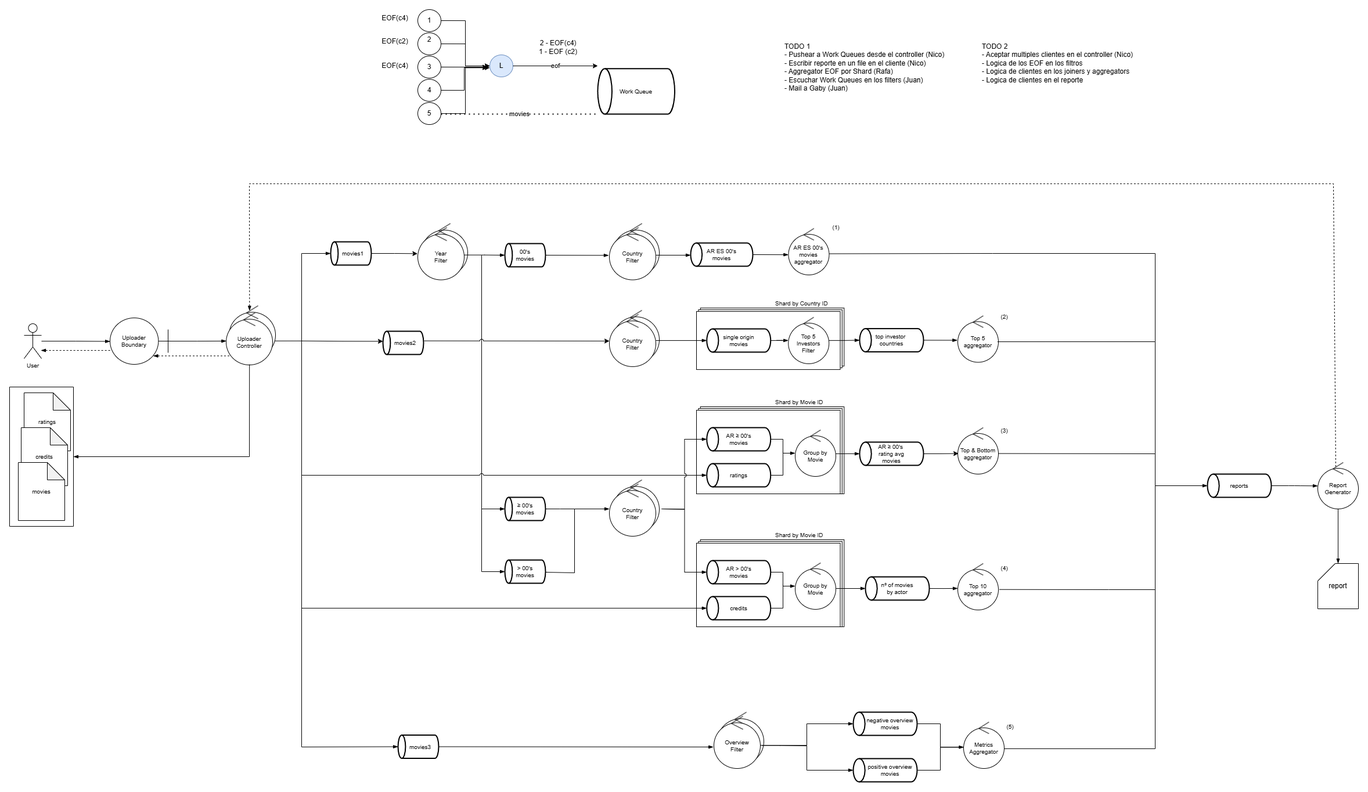
Earlier version of the draw.io export documents/imgs/diagrama-robustez.drawio.png (rafaelputaro/tp1-7574). Source tidied: cells renumbered, new cells last; positions are measured from the earlier drawing's top-left corner, leaving out a move shared by most shapes.
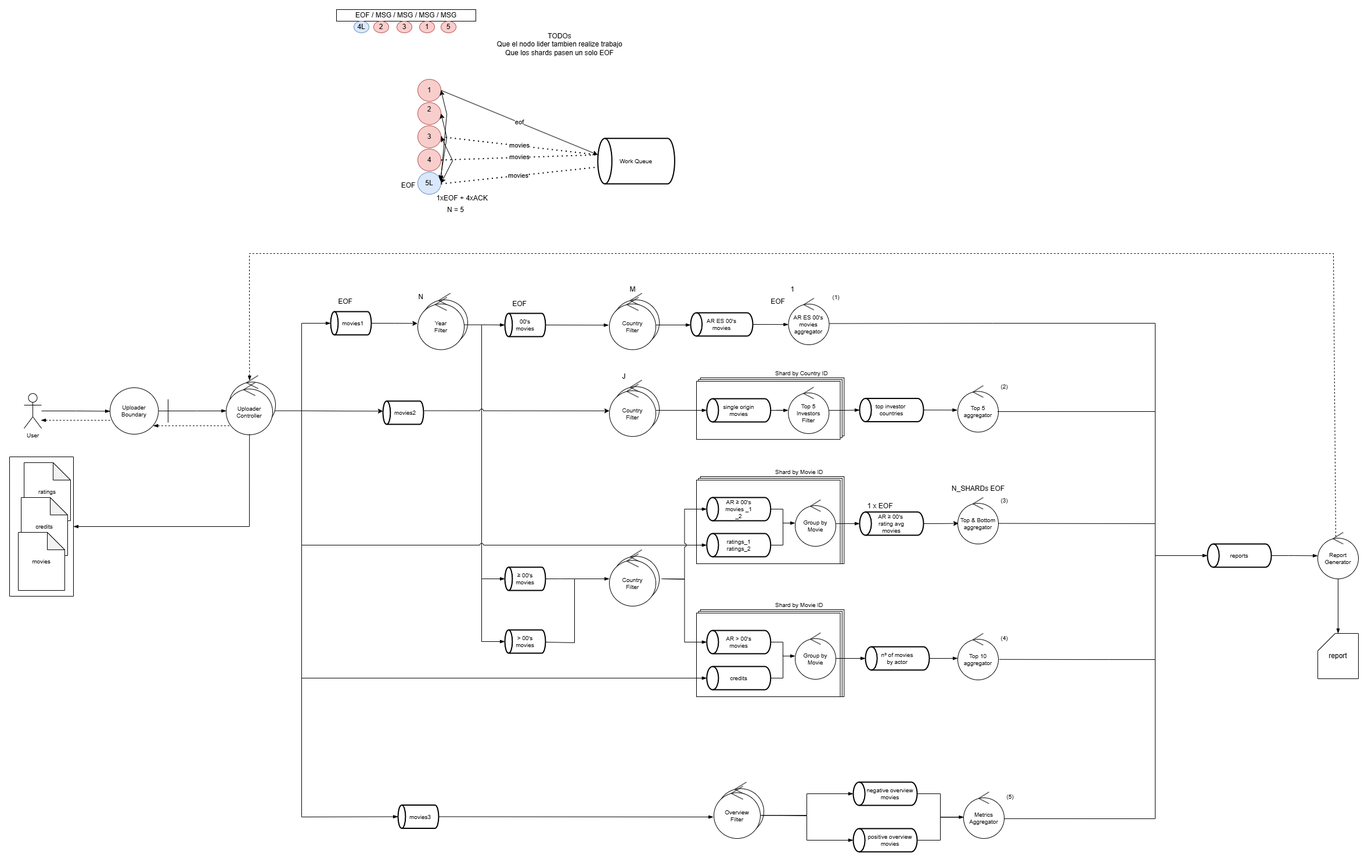
After the commit.

Change to the diagram source:
```diff
@@ -97,6 +97,9 @@
     <mxCell id="31" value="Year&lt;div&gt;Filter&lt;/div&gt;" style="ellipse;shape=umlControl;whiteSpace=wrap;html=1;shadow=0;fontSize=10;rounded=0;" parent="29" vertex="1">
       <mxGeometry y="7" width="80" height="90" as="geometry" />
     </mxCell>
+    <mxCell id="156" value="N" style="text;html=1;align=center;verticalAlign=middle;strokeColor=none;fillColor=none;" parent="29" vertex="1">
+      <mxGeometry x="-10" y="-8.5" width="30" height="30" as="geometry" />
+    </mxCell>
     <mxCell id="32" style="group;fontSize=10;rounded=0;" parent="1" vertex="1">
       <mxGeometry x="1033" y="368.5" width="85" height="97" as="geometry" />
     </mxCell>
@@ -177,7 +180,7 @@
       </mxGeometry>
     </mxCell>
     <mxCell id="55" style="group;fontSize=10;rounded=0;" parent="1" vertex="1">
-      <mxGeometry x="1183" y="661.1" width="270" height="172.9" as="geometry" />
+      <mxGeometry x="1183" y="661.1" width="280" height="172.9" as="geometry" />
     </mxCell>
     <mxCell id="56" style="group;fontSize=10;rounded=0;" parent="55" vertex="1">
       <mxGeometry y="22.9" width="254.2" height="150" as="geometry" />
@@ -191,7 +194,7 @@
     <mxCell id="59" style="rounded=0;whiteSpace=wrap;html=1;fontSize=10;" parent="56" vertex="1">
       <mxGeometry y="6" width="247.5" height="144" as="geometry" />
     </mxCell>
-    <mxCell id="60" value="&lt;div&gt;AR ≥ 00's&lt;/div&gt;&lt;div&gt;movies&lt;/div&gt;" style="strokeWidth=2;html=1;shape=mxgraph.flowchart.direct_data;whiteSpace=wrap;rotation=0;align=center;direction=west;textShadow=0;shadow=0;fontSize=10;rounded=0;" parent="56" vertex="1">
+    <mxCell id="60" value="&lt;div&gt;AR ≥ 00's&lt;/div&gt;&lt;div&gt;movies _1&lt;/div&gt;&lt;div&gt;_2&lt;/div&gt;" style="strokeWidth=2;html=1;shape=mxgraph.flowchart.direct_data;whiteSpace=wrap;rotation=0;align=center;direction=west;textShadow=0;shadow=0;fontSize=10;rounded=0;" parent="56" vertex="1">
       <mxGeometry x="17.8" y="36" width="110" height="40" as="geometry" />
     </mxCell>
     <mxCell id="61" value="Group by Movie" style="ellipse;shape=umlControl;whiteSpace=wrap;html=1;fontSize=10;rounded=0;" parent="56" vertex="1">
@@ -208,7 +211,7 @@
         </Array>
       </mxGeometry>
     </mxCell>
-    <mxCell id="64" value="&lt;div&gt;ratings&lt;/div&gt;" style="strokeWidth=2;html=1;shape=mxgraph.flowchart.direct_data;whiteSpace=wrap;rotation=0;align=center;direction=west;textShadow=0;shadow=0;fontSize=10;rounded=0;" parent="56" vertex="1">
+    <mxCell id="64" value="&lt;div&gt;ratings_1&lt;/div&gt;&lt;div&gt;ratings_2&lt;/div&gt;" style="strokeWidth=2;html=1;shape=mxgraph.flowchart.direct_data;whiteSpace=wrap;rotation=0;align=center;direction=west;textShadow=0;shadow=0;fontSize=10;rounded=0;" parent="56" vertex="1">
       <mxGeometry x="17.8" y="98" width="110" height="40" as="geometry" />
     </mxCell>
     <mxCell id="65" value="Shard by Movie ID" style="text;strokeColor=none;fillColor=none;align=left;verticalAlign=middle;spacingLeft=4;spacingRight=4;overflow=hidden;whiteSpace=wrap;html=1;fontSize=10;rounded=0;" parent="55" vertex="1">
@@ -486,65 +489,30 @@
         <mxPoint x="1033" y="570.9" as="targetPoint" />
       </mxGeometry>
     </mxCell>
-    <mxCell id="128" style="edgeStyle=orthogonalEdgeStyle;rounded=0;jettySize=auto;html=1;exitX=1;exitY=0.5;exitDx=0;exitDy=0;" parent="1" edge="1" source="129">
-      <mxGeometry relative="1" as="geometry">
-        <mxPoint x="823" y="99" as="targetPoint" />
-      </mxGeometry>
-    </mxCell>
-    <mxCell id="129" value="3" style="ellipse;whiteSpace=wrap;html=1;" parent="1" vertex="1">
+    <mxCell id="129" value="3" style="ellipse;whiteSpace=wrap;html=1;fillColor=#f8cecc;strokeColor=#b85450;" parent="1" vertex="1">
       <mxGeometry x="703" y="80" width="40" height="38" as="geometry" />
     </mxCell>
-    <mxCell id="130" style="edgeStyle=orthogonalEdgeStyle;rounded=0;jettySize=auto;html=1;exitX=1;exitY=0.5;exitDx=0;exitDy=0;" parent="1" edge="1" source="131">
-      <mxGeometry relative="1" as="geometry">
-        <mxPoint x="823" y="100" as="targetPoint" />
-        <Array as="points">
-          <mxPoint x="783" y="139" />
-          <mxPoint x="783" y="100" />
-        </Array>
-      </mxGeometry>
-    </mxCell>
-    <mxCell id="131" value="4" style="ellipse;whiteSpace=wrap;html=1;" parent="1" vertex="1">
+    <mxCell id="131" value="4" style="ellipse;whiteSpace=wrap;html=1;fillColor=#f8cecc;strokeColor=#b85450;" parent="1" vertex="1">
       <mxGeometry x="703" y="120" width="40" height="38" as="geometry" />
     </mxCell>
-    <mxCell id="132" value="5" style="ellipse;whiteSpace=wrap;html=1;" parent="1" vertex="1">
+    <mxCell id="132" value="5L" style="ellipse;whiteSpace=wrap;html=1;fillColor=#dae8fc;strokeColor=#6c8ebf;" parent="1" vertex="1">
       <mxGeometry x="703" y="160" width="40" height="38" as="geometry" />
     </mxCell>
-    <mxCell id="133" style="edgeStyle=orthogonalEdgeStyle;rounded=0;jettySize=auto;html=1;exitX=1;exitY=0.5;exitDx=0;exitDy=0;entryX=0;entryY=0.5;entryDx=0;entryDy=0;" parent="1" edge="1" source="134" target="137">
-      <mxGeometry relative="1" as="geometry" />
-    </mxCell>
-    <mxCell id="134" value="2&lt;div&gt;&lt;br/&gt;&lt;/div&gt;" style="ellipse;whiteSpace=wrap;html=1;" parent="1" vertex="1">
+    <mxCell id="134" value="2&lt;div&gt;&lt;br/&gt;&lt;/div&gt;" style="ellipse;whiteSpace=wrap;html=1;fillColor=#f8cecc;strokeColor=#b85450;" parent="1" vertex="1">
       <mxGeometry x="703" y="40" width="40" height="38" as="geometry" />
     </mxCell>
-    <mxCell id="135" style="edgeStyle=orthogonalEdgeStyle;rounded=0;jettySize=auto;html=1;exitX=1;exitY=0.5;exitDx=0;exitDy=0;entryX=0;entryY=0.5;entryDx=0;entryDy=0;" parent="1" edge="1" source="136" target="137">
-      <mxGeometry relative="1" as="geometry" />
-    </mxCell>
-    <mxCell id="136" value="1" style="ellipse;whiteSpace=wrap;html=1;" parent="1" vertex="1">
+    <mxCell id="136" value="1" style="ellipse;whiteSpace=wrap;html=1;fillColor=#f8cecc;strokeColor=#b85450;" parent="1" vertex="1">
       <mxGeometry x="703" width="40" height="38" as="geometry" />
     </mxCell>
-    <mxCell id="137" value="L" style="ellipse;whiteSpace=wrap;html=1;fillColor=#dae8fc;strokeColor=#6c8ebf;" parent="1" vertex="1">
-      <mxGeometry x="827" y="78" width="40" height="38" as="geometry" />
-    </mxCell>
-    <mxCell id="138" style="edgeStyle=orthogonalEdgeStyle;rounded=0;jettySize=auto;html=1;entryX=0;entryY=0.584;entryDx=0;entryDy=0;entryPerimeter=0;" parent="1" edge="1" source="132" target="137">
-      <mxGeometry relative="1" as="geometry" />
-    </mxCell>
-    <mxCell id="139" value="EOF(c4)" style="text;html=1;align=center;verticalAlign=middle;whiteSpace=wrap;rounded=0;" parent="1" vertex="1">
-      <mxGeometry x="634" width="60" height="30" as="geometry" />
+    <mxCell id="139" value="1xEOF + 4xACK" style="text;html=1;align=center;verticalAlign=middle;whiteSpace=wrap;rounded=0;" parent="1" vertex="1">
+      <mxGeometry x="732" y="190" width="95" height="30" as="geometry" />
     </mxCell>
-    <mxCell id="140" value="2 - EOF(c4)&lt;div&gt;1 - EOF (c2)&lt;/div&gt;" style="text;html=1;align=center;verticalAlign=middle;whiteSpace=wrap;rounded=0;" parent="1" vertex="1">
-      <mxGeometry x="867" y="50" width="156" height="30" as="geometry" />
-    </mxCell>
-    <mxCell id="141" value="EOF(c2)" style="text;html=1;align=center;verticalAlign=middle;whiteSpace=wrap;rounded=0;" parent="1" vertex="1">
-      <mxGeometry x="634" y="40" width="60" height="30" as="geometry" />
-    </mxCell>
-    <mxCell id="142" value="eof" style="endArrow=classic;html=1;rounded=0;exitX=1;exitY=0.5;exitDx=0;exitDy=0;" parent="1" edge="1" source="137">
-      <mxGeometry relative="1" as="geometry">
-        <mxPoint x="1013" y="97" as="targetPoint" />
-      </mxGeometry>
+    <mxCell id="142" value="eof" style="endArrow=classic;html=1;rounded=0;entryX=1;entryY=0.639;entryDx=0;entryDy=0;entryPerimeter=0;exitX=1;exitY=0.5;exitDx=0;exitDy=0;" parent="1" edge="1" source="136" target="145">
+      <mxGeometry relative="1" as="geometry" />
     </mxCell>
-    <mxCell id="143" value="movies" style="endArrow=none;dashed=1;html=1;dashPattern=1 3;strokeWidth=2;rounded=0;" parent="1" edge="1">
+    <mxCell id="143" value="movies" style="endArrow=none;dashed=1;html=1;dashPattern=1 3;strokeWidth=2;rounded=0;entryX=1.019;entryY=0.365;entryDx=0;entryDy=0;entryPerimeter=0;" parent="1" edge="1" target="145">
       <mxGeometry relative="1" as="geometry">
         <mxPoint x="743" y="180" as="sourcePoint" />
-        <mxPoint x="1013" y="180" as="targetPoint" />
       </mxGeometry>
     </mxCell>
     <mxCell id="144" style="group;fontSize=10;rounded=0;" parent="1" vertex="1">
@@ -553,14 +521,8 @@
     <mxCell id="145" value="Work Queue" style="strokeWidth=2;html=1;shape=mxgraph.flowchart.direct_data;whiteSpace=wrap;rotation=0;align=center;direction=west;textShadow=0;shadow=0;fontSize=10;rounded=0;" parent="144" vertex="1">
       <mxGeometry y="11.7" width="132.4" height="78.3" as="geometry" />
     </mxCell>
-    <mxCell id="146" value="TODO 1&#10;- Pushear a Work Queues desde el controller (Nico)&#10;- Escribir reporte en un file en el cliente (Nico)&#10;- Aggregator EOF por Shard (Rafa)&#10;- Escuchar Work Queues en los filters (Juan)&#10;- Mail a Gaby (Juan)" style="text;whiteSpace=wrap;" parent="1" vertex="1">
-      <mxGeometry x="1333" y="50" width="310" height="150" as="geometry" />
-    </mxCell>
-    <mxCell id="147" value="TODO 2&#10;- Aceptar multiples clientes en el controller (Nico)&#10;- Logica de los EOF en los filtros&#10;- Logica de clientes en los joiners y aggregators&#10;- Logica de clientes en el reporte" style="text;whiteSpace=wrap;" parent="1" vertex="1">
-      <mxGeometry x="1673" y="50" width="310" height="80" as="geometry" />
-    </mxCell>
-    <mxCell id="148" value="EOF(c4)" style="text;html=1;align=center;verticalAlign=middle;whiteSpace=wrap;rounded=0;" parent="1" vertex="1">
-      <mxGeometry x="634" y="82" width="60" height="30" as="geometry" />
+    <mxCell id="148" value="EOF" style="text;html=1;align=center;verticalAlign=middle;whiteSpace=wrap;rounded=0;" parent="1" vertex="1">
+      <mxGeometry x="657" y="168" width="60" height="30" as="geometry" />
     </mxCell>
     <mxCell id="149" style="group;fontSize=10;rounded=0;" parent="1" vertex="1">
       <mxGeometry x="643" y="548" width="74" height="46" as="geometry" />
@@ -590,5 +552,82 @@
         <mxPoint x="503" y="1270" as="sourcePoint" />
       </mxGeometry>
     </mxCell>
+    <mxCell id="157" value="M" style="text;html=1;align=center;verticalAlign=middle;strokeColor=none;fillColor=none;" parent="1" vertex="1">
+      <mxGeometry x="1058" y="347" width="30" height="30" as="geometry" />
+    </mxCell>
+    <mxCell id="158" value="1" style="text;html=1;align=center;verticalAlign=middle;strokeColor=none;fillColor=none;" parent="1" vertex="1">
+      <mxGeometry x="1333" y="347" width="30" height="30" as="geometry" />
+    </mxCell>
+    <mxCell id="159" value="J" style="text;html=1;align=center;verticalAlign=middle;strokeColor=none;fillColor=none;" parent="1" vertex="1">
+      <mxGeometry x="1043" y="497.4" width="30" height="30" as="geometry" />
+    </mxCell>
+    <mxCell id="160" value="EOF" style="text;html=1;align=center;verticalAlign=middle;strokeColor=none;fillColor=none;" parent="1" vertex="1">
+      <mxGeometry x="553" y="368.5" width="50" height="30" as="geometry" />
+    </mxCell>
+    <mxCell id="161" value="EOF" style="text;html=1;align=center;verticalAlign=middle;strokeColor=none;fillColor=none;" parent="1" vertex="1">
+      <mxGeometry x="853" y="372" width="50" height="30" as="geometry" />
+    </mxCell>
+    <mxCell id="162" value="N = 5" style="text;html=1;align=center;verticalAlign=middle;strokeColor=none;fillColor=none;" parent="1" vertex="1">
+      <mxGeometry x="743" y="210" width="50" height="30" as="geometry" />
+    </mxCell>
+    <mxCell id="163" value="EOF" style="text;html=1;align=center;verticalAlign=middle;strokeColor=none;fillColor=none;" parent="1" vertex="1">
+      <mxGeometry x="1298" y="368.5" width="50" height="30" as="geometry" />
+    </mxCell>
+    <mxCell id="164" value="N_SHARDs EOF" style="text;html=1;align=center;verticalAlign=middle;strokeColor=none;fillColor=none;" parent="1" vertex="1">
+      <mxGeometry x="1613" y="690" width="110" height="30" as="geometry" />
+    </mxCell>
+    <mxCell id="165" value="TODOs&lt;br&gt;Que el nodo lider tambien realize trabajo&lt;div&gt;Que los shards pasen un solo EOF&lt;/div&gt;" style="text;html=1;align=center;verticalAlign=middle;strokeColor=none;fillColor=none;" parent="1" vertex="1">
+      <mxGeometry x="827" y="-90" width="240" height="60" as="geometry" />
+    </mxCell>
+    <mxCell id="166" value="movies" style="endArrow=none;dashed=1;html=1;dashPattern=1 3;strokeWidth=2;rounded=0;entryX=1;entryY=0.639;entryDx=0;entryDy=0;entryPerimeter=0;exitX=1;exitY=0.5;exitDx=0;exitDy=0;" parent="1" edge="1" source="131" target="145">
+      <mxGeometry relative="1" as="geometry" />
+    </mxCell>
+    <mxCell id="167" style="endArrow=classic;startArrow=classic;html=1;rounded=0;entryX=1;entryY=0.5;entryDx=0;entryDy=0;exitX=0.965;exitY=0.353;exitDx=0;exitDy=0;exitPerimeter=0;" parent="1" edge="1" source="132" target="134">
+      <mxGeometry relative="1" as="geometry">
+        <Array as="points">
+          <mxPoint x="753" y="100" />
+        </Array>
+      </mxGeometry>
+    </mxCell>
+    <mxCell id="168" style="endArrow=classic;startArrow=classic;html=1;rounded=0;entryX=1;entryY=0.5;entryDx=0;entryDy=0;exitX=0.985;exitY=0.416;exitDx=0;exitDy=0;exitPerimeter=0;" parent="1" edge="1" source="132" target="136">
+      <mxGeometry relative="1" as="geometry">
+        <Array as="points">
+          <mxPoint x="753" y="60" />
+        </Array>
+      </mxGeometry>
+    </mxCell>
+    <mxCell id="169" style="endArrow=classic;startArrow=classic;html=1;rounded=0;entryX=1;entryY=0.5;entryDx=0;entryDy=0;exitX=1;exitY=0.5;exitDx=0;exitDy=0;" parent="1" edge="1" source="132" target="129">
+      <mxGeometry relative="1" as="geometry">
+        <Array as="points">
+          <mxPoint x="763" y="140" />
+        </Array>
+      </mxGeometry>
+    </mxCell>
+    <mxCell id="170" value="movies" style="endArrow=none;dashed=1;html=1;dashPattern=1 3;strokeWidth=2;rounded=0;exitX=1;exitY=0.5;exitDx=0;exitDy=0;" parent="1" edge="1" source="129">
+      <mxGeometry relative="1" as="geometry">
+        <mxPoint x="1013" y="130" as="targetPoint" />
+      </mxGeometry>
+    </mxCell>
+    <mxCell id="171" value="EOF / MSG / MSG / MSG / MSG" style="rounded=0;whiteSpace=wrap;html=1;" parent="1" vertex="1">
+      <mxGeometry x="563" y="-120" width="240" height="20" as="geometry" />
+    </mxCell>
+    <mxCell id="172" value="4L" style="ellipse;whiteSpace=wrap;html=1;fillColor=#dae8fc;strokeColor=#6c8ebf;" parent="1" vertex="1">
+      <mxGeometry x="593" y="-100" width="26" height="20" as="geometry" />
+    </mxCell>
+    <mxCell id="173" value="2" style="ellipse;whiteSpace=wrap;html=1;fillColor=#f8cecc;strokeColor=#b85450;" parent="1" vertex="1">
+      <mxGeometry x="627" y="-100" width="26" height="20" as="geometry" />
+    </mxCell>
+    <mxCell id="174" value="3" style="ellipse;whiteSpace=wrap;html=1;fillColor=#f8cecc;strokeColor=#b85450;" parent="1" vertex="1">
+      <mxGeometry x="667" y="-100" width="26" height="20" as="geometry" />
+    </mxCell>
+    <mxCell id="175" value="1" style="ellipse;whiteSpace=wrap;html=1;fillColor=#f8cecc;strokeColor=#b85450;" parent="1" vertex="1">
+      <mxGeometry x="706" y="-100" width="26" height="20" as="geometry" />
+    </mxCell>
+    <mxCell id="176" value="5" style="ellipse;whiteSpace=wrap;html=1;fillColor=#f8cecc;strokeColor=#b85450;" parent="1" vertex="1">
+      <mxGeometry x="743" y="-100" width="26" height="20" as="geometry" />
+    </mxCell>
+    <mxCell id="177" value="1 x EOF" style="text;html=1;align=center;verticalAlign=middle;strokeColor=none;fillColor=none;" parent="1" vertex="1">
+      <mxGeometry x="1464" y="720" width="70" height="30" as="geometry" />
+    </mxCell>
   </root>
 </mxGraphModel>
```
